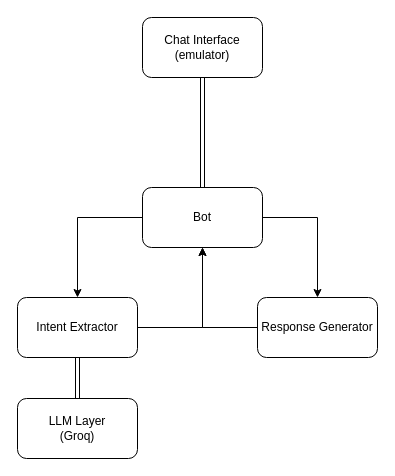
Ahmed-moh-Afifi/IntelliB keeps this draw.io diagram as IntelliB.drawio. Above is the earlier version. Source tidied: cells renumbered, new cells numbered last; positions are measured from the earlier drawing's top-left corner, leaving out a move shared by most shapes. Both pictures are drawn from the tidied source at 100%, with x=0, y=0 at pixel (17, 17).
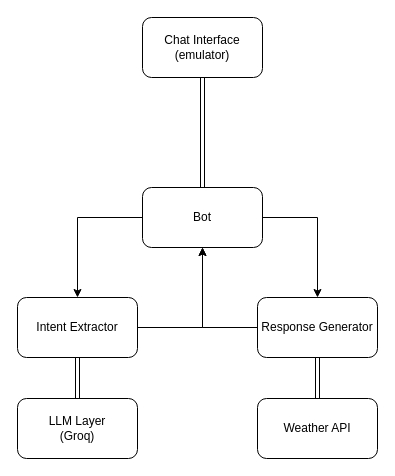
After the change.

Commit message (it also covers changes not shown here):
added basic intents

Change to the diagram source:
```diff
@@
 <mxGraphModel>
   <root>
     <mxCell id="0" />
     <mxCell id="1" parent="0" />
     <mxCell id="2" style="edgeStyle=orthogonalEdgeStyle;rounded=0;jettySize=auto;html=1;entryX=0.5;entryY=0;entryDx=0;entryDy=0;shape=link;" parent="1" edge="1" source="4" target="11">
       <mxGeometry relative="1" as="geometry" />
     </mxCell>
     <mxCell id="3" style="edgeStyle=orthogonalEdgeStyle;rounded=0;jettySize=auto;html=1;entryX=0.5;entryY=1;entryDx=0;entryDy=0;" parent="1" edge="1" source="4" target="10">
       <mxGeometry relative="1" as="geometry" />
     </mxCell>
     <mxCell id="4" value="Intent Extractor" style="rounded=1;whiteSpace=wrap;html=1;" parent="1" vertex="1">
       <mxGeometry y="280" width="120" height="60" as="geometry" />
     </mxCell>
     <mxCell id="5" style="edgeStyle=orthogonalEdgeStyle;rounded=0;jettySize=auto;html=1;entryX=0.5;entryY=1;entryDx=0;entryDy=0;" parent="1" edge="1" source="6" target="10">
       <mxGeometry relative="1" as="geometry">
         <Array as="points">
           <mxPoint x="185" y="310" />
         </Array>
       </mxGeometry>
     </mxCell>
+    <mxCell id="13" style="edgeStyle=none;html=1;shape=link;" parent="1" edge="1" source="6" target="14">
+      <mxGeometry relative="1" as="geometry" />
+    </mxCell>
     <mxCell id="6" value="Response Generator" style="rounded=1;whiteSpace=wrap;html=1;" parent="1" vertex="1">
       <mxGeometry x="240" y="280" width="120" height="60" as="geometry" />
     </mxCell>
     <mxCell id="7" style="edgeStyle=orthogonalEdgeStyle;rounded=0;jettySize=auto;html=1;entryX=0.5;entryY=0;entryDx=0;entryDy=0;" parent="1" edge="1" source="10" target="4">
       <mxGeometry relative="1" as="geometry" />
     </mxCell>
     <mxCell id="8" style="edgeStyle=orthogonalEdgeStyle;rounded=0;jettySize=auto;html=1;entryX=0.5;entryY=0;entryDx=0;entryDy=0;" parent="1" edge="1" source="10" target="6">
       <mxGeometry relative="1" as="geometry">
         <Array as="points">
           <mxPoint x="300" y="200" />
         </Array>
       </mxGeometry>
     </mxCell>
     <mxCell id="9" style="edgeStyle=orthogonalEdgeStyle;rounded=0;jettySize=auto;html=1;entryX=0.5;entryY=1;entryDx=0;entryDy=0;shape=link;" parent="1" edge="1" source="10" target="12">
       <mxGeometry relative="1" as="geometry" />
     </mxCell>
     <mxCell id="10" value="Bot" style="rounded=1;whiteSpace=wrap;html=1;" parent="1" vertex="1">
       <mxGeometry x="125" y="170" width="120" height="60" as="geometry" />
     </mxCell>
     <mxCell id="11" value="LLM Layer&lt;div&gt;(Groq)&lt;/div&gt;" style="rounded=1;whiteSpace=wrap;html=1;" parent="1" vertex="1">
       <mxGeometry y="381" width="120" height="60" as="geometry" />
     </mxCell>
     <mxCell id="12" value="Chat Interface&lt;div&gt;(emulator)&lt;/div&gt;" style="rounded=1;whiteSpace=wrap;html=1;" parent="1" vertex="1">
       <mxGeometry x="125" width="120" height="60" as="geometry" />
     </mxCell>
+    <mxCell id="14" value="Weather API" style="rounded=1;whiteSpace=wrap;html=1;" parent="1" vertex="1">
+      <mxGeometry x="240" y="381" width="120" height="60" as="geometry" />
+    </mxCell>
   </root>
 </mxGraphModel>
```
